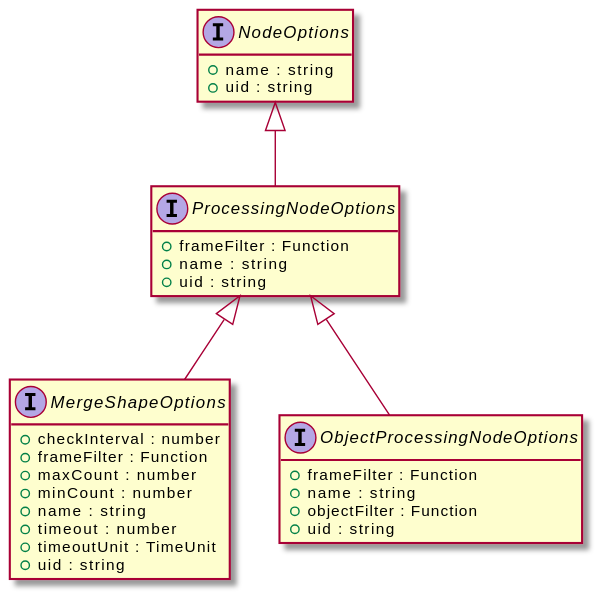
OpenHPS/openhps-core keeps this PlantUML diagram as assets/ProcessingNodeOptions-umlClassDiagram-13109.svg. Above is the earlier version. Source of this version:
```plantuml
@startuml
skinparam BackgroundColor transparent
hide empty methods
hide empty fields
interface "ProcessingNodeOptions" {
    +frameFilter : Function
    +name : string
    +uid : string
}
interface "NodeOptions" {
    +name : string
    +uid : string
}
"NodeOptions" <|-- "ProcessingNodeOptions"
interface "MergeShapeOptions" {
    +checkInterval : number
    +frameFilter : Function
    +maxCount : number
    +minCount : number
    +name : string
    +timeout : number
    +timeoutUnit : TimeUnit
    +uid : string
}
"ProcessingNodeOptions" <|-- "MergeShapeOptions"
interface "ObjectProcessingNodeOptions" {
    +frameFilter : Function
    +name : string
    +objectFilter : Function
    +uid : string
}
"ProcessingNodeOptions" <|-- "ObjectProcessingNodeOptions"
@enduml
```
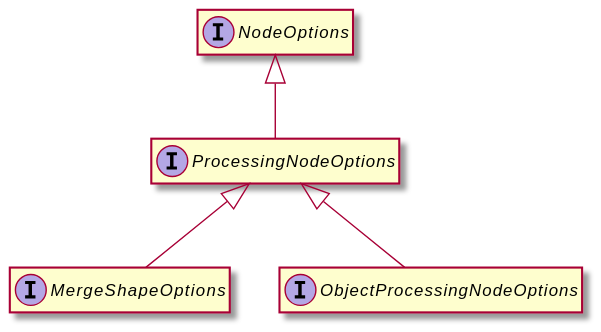
Above is the later version.

What changed in the source:
```diff
@@ -3,31 +3,14 @@
 hide empty methods
 hide empty fields
 interface "ProcessingNodeOptions" {
-    +frameFilter : Function
-    +name : string
-    +uid : string
 }
 interface "NodeOptions" {
-    +name : string
-    +uid : string
 }
 "NodeOptions" <|-- "ProcessingNodeOptions"
 interface "MergeShapeOptions" {
-    +checkInterval : number
-    +frameFilter : Function
-    +maxCount : number
-    +minCount : number
-    +name : string
-    +timeout : number
-    +timeoutUnit : TimeUnit
-    +uid : string
 }
 "ProcessingNodeOptions" <|-- "MergeShapeOptions"
 interface "ObjectProcessingNodeOptions" {
-    +frameFilter : Function
-    +name : string
-    +objectFilter : Function
-    +uid : string
 }
 "ProcessingNodeOptions" <|-- "ObjectProcessingNodeOptions"
 @enduml
```
